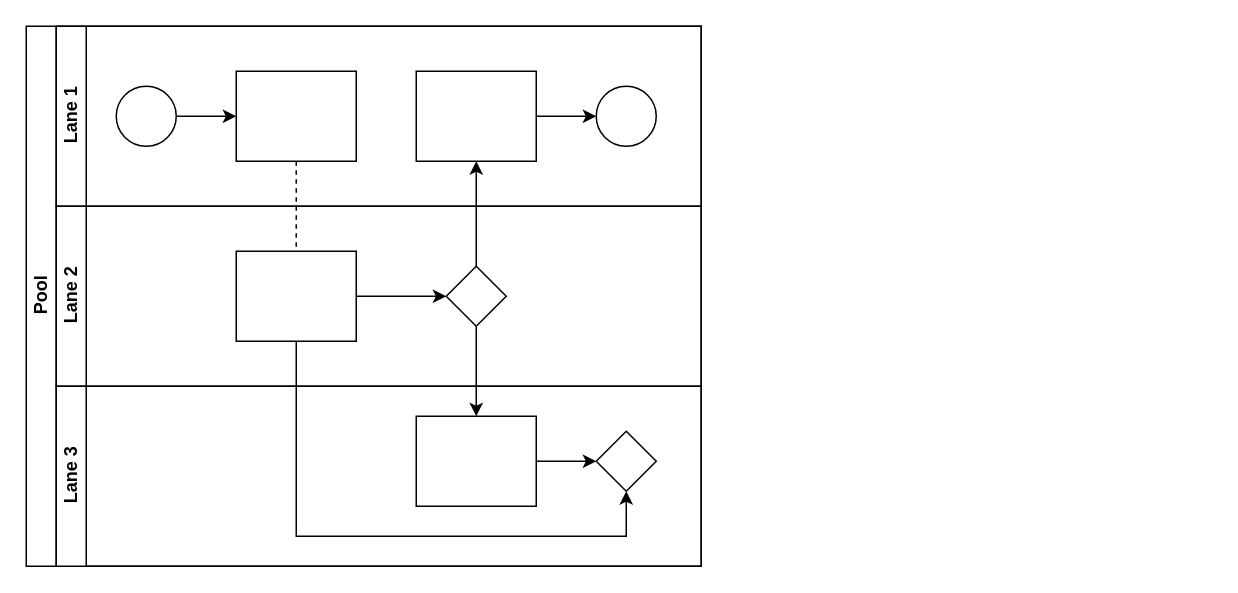
The draw.io diagram Custody Automation.drawio in arnabpani/Custody-Automation, before the edit. Source tidied: cells renumbered, new cells numbered last; positions are measured from the earlier drawing's top-left corner, leaving out a move shared by most shapes. Both pictures are drawn from the tidied source at 150%, with x=0, y=0 at pixel (26, 26).
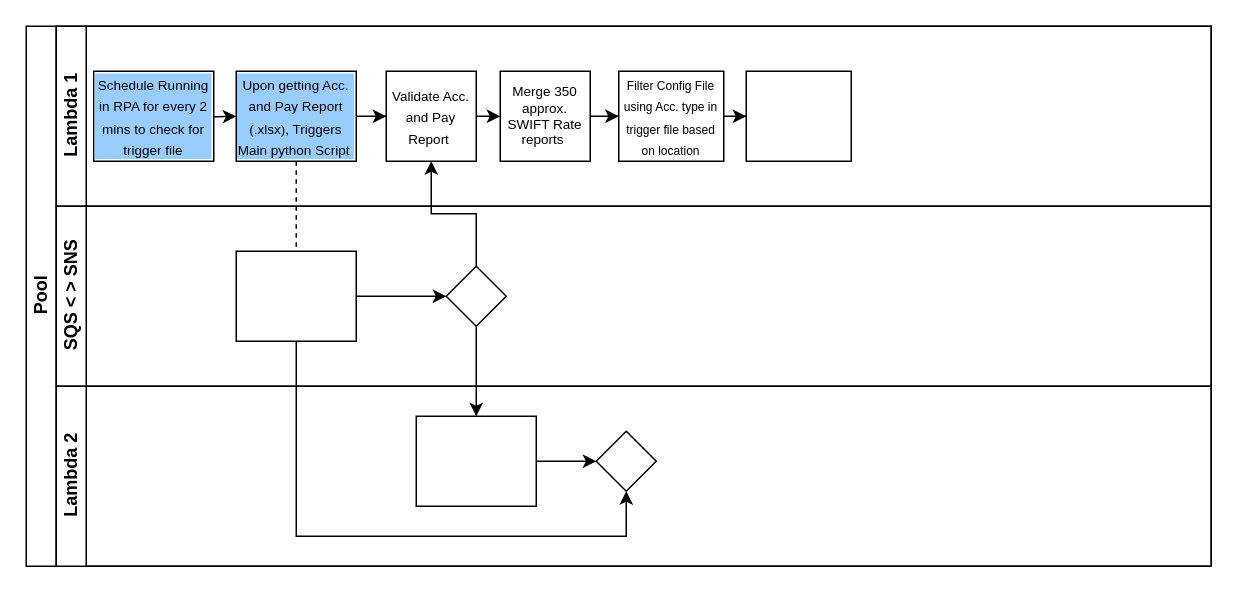
The same diagram, later.

The edit, as a diff of the source:
```diff
@@
     <mxCell id="2" value="Pool" style="swimlane;html=1;horizontal=0;startSize=20;" parent="1" vertex="1">
-      <mxGeometry width="450" height="360" as="geometry" />
+      <mxGeometry width="790" height="360" as="geometry" />
     </mxCell>
@@
-    <mxCell id="7" value="Lane 1" style="swimlane;html=1;startSize=20;horizontal=0;" parent="2" vertex="1">
-      <mxGeometry x="20" width="430" height="120" as="geometry" />
+    <mxCell id="7" value="Lambda 1" style="swimlane;html=1;startSize=20;horizontal=0;" parent="2" vertex="1">
+      <mxGeometry x="20" width="770" height="120" as="geometry" />
     </mxCell>
-    <mxCell id="8" style="edgeStyle=orthogonalEdgeStyle;rounded=0;jettySize=auto;html=1;" parent="7" edge="1" source="9" target="10">
-      <mxGeometry relative="1" as="geometry" />
+    <mxCell id="8" style="edgeStyle=orthogonalEdgeStyle;rounded=0;jettySize=auto;html=1;labelBackgroundColor=#99CCFF;" parent="7" edge="1" target="10">
+      <mxGeometry relative="1" as="geometry">
+        <mxPoint x="80" y="60" as="sourcePoint" />
+      </mxGeometry>
     </mxCell>
-    <mxCell id="9" style="ellipse;whiteSpace=wrap;html=1;" parent="7" vertex="1">
-      <mxGeometry x="40" y="40" width="40" height="40" as="geometry" />
-    </mxCell>
+    <mxCell id="22" style="edgeStyle=orthogonalEdgeStyle;rounded=0;jettySize=auto;html=1;fontSize=9;" parent="7" edge="1" source="10" target="12">
+      <mxGeometry relative="1" as="geometry" />
+    </mxCell>
-    <mxCell id="10" style="rounded=0;whiteSpace=wrap;html=1;fontFamily=Helvetica;fontSize=12;fontColor=#000000;align=center;" parent="7" vertex="1">
+    <mxCell id="10" value="&lt;font style=&quot;font-size: 9px;&quot;&gt;Upon getting Acc. and Pay Report (.xlsx), Triggers Main python Script&amp;nbsp;&lt;/font&gt;" style="rounded=0;whiteSpace=wrap;html=1;fontFamily=Helvetica;fontSize=12;fontColor=#000000;align=center;labelBackgroundColor=#99CCFF;" parent="7" vertex="1">
       <mxGeometry x="120" y="30" width="80" height="60" as="geometry" />
     </mxCell>
-    <mxCell id="11" style="edgeStyle=orthogonalEdgeStyle;rounded=0;jettySize=auto;html=1;endArrow=classic;endFill=1;" parent="7" edge="1" source="12" target="13">
-      <mxGeometry relative="1" as="geometry" />
-    </mxCell>
+    <mxCell id="23" style="edgeStyle=orthogonalEdgeStyle;rounded=0;jettySize=auto;html=1;exitX=1;exitY=0.5;exitDx=0;exitDy=0;entryX=0;entryY=0.5;entryDx=0;entryDy=0;labelBackgroundColor=#99CCFF;fontSize=9;fontColor=#66B2FF;" parent="7" edge="1" source="12" target="26">
+      <mxGeometry relative="1" as="geometry" />
+    </mxCell>
-    <mxCell id="12" style="rounded=0;whiteSpace=wrap;html=1;fontFamily=Helvetica;fontSize=12;fontColor=#000000;align=center;" parent="7" vertex="1">
-      <mxGeometry x="240" y="30" width="80" height="60" as="geometry" />
+    <mxCell id="12" value="&lt;font style=&quot;font-size: 9px;&quot;&gt;Validate Acc. and Pay Report&amp;nbsp;&lt;/font&gt;" style="rounded=0;whiteSpace=wrap;html=1;fontFamily=Helvetica;fontSize=12;fontColor=#000000;align=center;" parent="7" vertex="1">
+      <mxGeometry x="220" y="30" width="60" height="60" as="geometry" />
     </mxCell>
-    <mxCell id="13" style="ellipse;whiteSpace=wrap;html=1;" parent="7" vertex="1">
-      <mxGeometry x="360" y="40" width="40" height="40" as="geometry" />
-    </mxCell>
+    <mxCell id="24" value="&lt;font style=&quot;font-size: 9px;&quot;&gt;Schedule Running in RPA for every 2 mins to check for trigger file&lt;/font&gt;" style="rounded=0;whiteSpace=wrap;html=1;fontFamily=Helvetica;fontSize=12;fontColor=#000000;align=center;labelBackgroundColor=#99CCFF;" parent="7" vertex="1">
+      <mxGeometry x="25" y="30" width="80" height="60" as="geometry" />
+    </mxCell>
+    <mxCell id="25" style="edgeStyle=orthogonalEdgeStyle;rounded=0;jettySize=auto;html=1;labelBackgroundColor=#99CCFF;fontSize=9;fontColor=#66B2FF;" parent="7" edge="1" source="26" target="28">
+      <mxGeometry relative="1" as="geometry" />
+    </mxCell>
+    <mxCell id="26" value="&lt;font style=&quot;font-size: 9px;&quot;&gt;Merge 350 approx. SWIFT Rate reports&amp;nbsp;&lt;/font&gt;" style="whiteSpace=wrap;html=1;fontColor=#000000;rounded=0;fontSize=9;" parent="7" vertex="1">
+      <mxGeometry x="296" y="30" width="60" height="60" as="geometry" />
+    </mxCell>
+    <mxCell id="27" style="edgeStyle=orthogonalEdgeStyle;rounded=0;jettySize=auto;html=1;labelBackgroundColor=#99CCFF;fontSize=9;fontColor=#66B2FF;" parent="7" edge="1" source="28" target="29">
+      <mxGeometry relative="1" as="geometry" />
+    </mxCell>
+    <mxCell id="28" value="&lt;font style=&quot;font-size: 8px;&quot;&gt;Filter Config File using Acc. type in trigger file based on location&lt;/font&gt;" style="whiteSpace=wrap;html=1;fontColor=#000000;rounded=0;" parent="7" vertex="1">
+      <mxGeometry x="375" y="30" width="70" height="60" as="geometry" />
+    </mxCell>
+    <mxCell id="29" style="whiteSpace=wrap;html=1;fontColor=#000000;rounded=0;" parent="7" vertex="1">
+      <mxGeometry x="460" y="30" width="70" height="60" as="geometry" />
+    </mxCell>
-    <mxCell id="14" value="Lane 2" style="swimlane;html=1;startSize=20;horizontal=0;" parent="2" vertex="1">
-      <mxGeometry x="20" y="120" width="430" height="120" as="geometry" />
+    <mxCell id="14" value="SQS &amp;lt; &amp;gt; SNS" style="swimlane;html=1;startSize=20;horizontal=0;" parent="2" vertex="1">
+      <mxGeometry x="20" y="120" width="770" height="120" as="geometry" />
     </mxCell>
@@
-    <mxCell id="18" value="Lane 3" style="swimlane;html=1;startSize=20;horizontal=0;" parent="2" vertex="1">
-      <mxGeometry x="20" y="240" width="430" height="120" as="geometry" />
+    <mxCell id="18" value="Lambda 2" style="swimlane;html=1;startSize=20;horizontal=0;" parent="2" vertex="1">
+      <mxGeometry x="20" y="240" width="770" height="120" as="geometry" />
     </mxCell>
```
